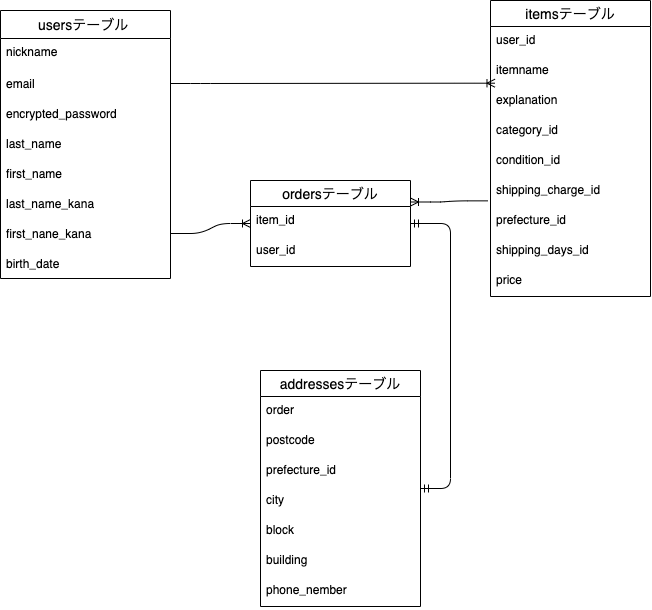
This is ER.png from jontaku/furima-37179, a draw.io export, as it was before one commit. Source tidied: cells renumbered, new cells last; positions are measured from the earlier drawing's top-left corner, leaving out a move shared by most shapes. The source it was exported from:
```xml
<mxGraphModel>
  <root>
    <mxCell id="0" />
    <mxCell id="1" parent="0" />
    <mxCell id="2" value="usersテーブル " style="swimlane;fontStyle=0;horizontal=1;startSize=28;align=center;fontSize=14;" parent="1" vertex="1">
      <mxGeometry y="10" width="170" height="268" as="geometry" />
    </mxCell>
    <mxCell id="3" value="nickname" style="text;strokeColor=none;fillColor=none;spacingLeft=4;spacingRight=4;overflow=hidden;fontSize=12;" parent="2" vertex="1">
      <mxGeometry y="28" width="170" height="30" as="geometry" />
    </mxCell>
    <mxCell id="4" value="email" style="text;strokeColor=none;fillColor=none;spacingLeft=4;spacingRight=4;overflow=hidden;points=[[0,0.5],[1,0.5]];portConstraint=eastwest;fontSize=12;verticalAlign=middle;" parent="2" vertex="1">
      <mxGeometry y="58" width="170" height="30" as="geometry" />
    </mxCell>
    <mxCell id="5" value="encrypted_password" style="text;strokeColor=none;fillColor=none;spacingLeft=4;spacingRight=4;overflow=hidden;fontSize=12;verticalAlign=middle;" parent="2" vertex="1">
      <mxGeometry y="88" width="170" height="30" as="geometry" />
    </mxCell>
    <mxCell id="6" value="last_name" style="text;strokeColor=none;fillColor=none;spacingLeft=4;spacingRight=4;overflow=hidden;fontSize=12;verticalAlign=middle;" parent="2" vertex="1">
      <mxGeometry y="118" width="170" height="30" as="geometry" />
    </mxCell>
    <mxCell id="7" value="first_name" style="text;strokeColor=none;fillColor=none;spacingLeft=4;spacingRight=4;overflow=hidden;fontSize=12;verticalAlign=middle;" parent="2" vertex="1">
      <mxGeometry y="148" width="170" height="30" as="geometry" />
    </mxCell>
    <mxCell id="8" value="last_name_kana" style="text;strokeColor=none;fillColor=none;spacingLeft=4;spacingRight=4;overflow=hidden;fontSize=12;verticalAlign=middle;" parent="2" vertex="1">
      <mxGeometry y="178" width="170" height="30" as="geometry" />
    </mxCell>
    <mxCell id="9" value="first_nane_kana" style="text;strokeColor=none;fillColor=none;spacingLeft=4;spacingRight=4;overflow=hidden;points=[[0,0.5],[1,0.5]];portConstraint=eastwest;fontSize=12;verticalAlign=middle;" parent="2" vertex="1">
      <mxGeometry y="208" width="170" height="30" as="geometry" />
    </mxCell>
    <mxCell id="10" value="birth_date" style="text;strokeColor=none;fillColor=none;spacingLeft=4;spacingRight=4;overflow=hidden;fontSize=12;verticalAlign=middle;" parent="2" vertex="1">
      <mxGeometry y="238" width="170" height="30" as="geometry" />
    </mxCell>
    <mxCell id="11" value="itemsテーブル" style="swimlane;fontStyle=0;horizontal=1;startSize=26;align=center;fontSize=14;" parent="1" vertex="1">
      <mxGeometry x="490" width="160" height="296" as="geometry" />
    </mxCell>
    <mxCell id="12" value="user_id" style="text;strokeColor=none;fillColor=none;spacingLeft=4;spacingRight=4;overflow=hidden;fontSize=12;" parent="11" vertex="1">
      <mxGeometry y="26" width="160" height="30" as="geometry" />
    </mxCell>
    <mxCell id="13" value="itemname &#10;" style="text;strokeColor=none;fillColor=none;spacingLeft=4;spacingRight=4;overflow=hidden;fontSize=12;" parent="11" vertex="1">
      <mxGeometry y="56" width="160" height="30" as="geometry" />
    </mxCell>
    <mxCell id="14" value="explanation" style="text;strokeColor=none;fillColor=none;spacingLeft=4;spacingRight=4;overflow=hidden;points=[[0,0.5],[1,0.5]];portConstraint=eastwest;fontSize=12;" parent="11" vertex="1">
      <mxGeometry y="86" width="160" height="30" as="geometry" />
    </mxCell>
    <mxCell id="15" value="category_id" style="text;strokeColor=none;fillColor=none;spacingLeft=4;spacingRight=4;overflow=hidden;fontSize=12;" parent="11" vertex="1">
      <mxGeometry y="116" width="160" height="30" as="geometry" />
    </mxCell>
    <mxCell id="16" value="condition_id" style="text;strokeColor=none;fillColor=none;spacingLeft=4;spacingRight=4;overflow=hidden;fontSize=12;" parent="11" vertex="1">
      <mxGeometry y="146" width="160" height="30" as="geometry" />
    </mxCell>
    <mxCell id="17" value="shipping_charge_id" style="text;strokeColor=none;fillColor=none;spacingLeft=4;spacingRight=4;overflow=hidden;points=[[0,0.5],[1,0.5]];portConstraint=eastwest;fontSize=12;" parent="11" vertex="1">
      <mxGeometry y="176" width="160" height="30" as="geometry" />
    </mxCell>
    <mxCell id="18" value="prefecture_id" style="text;strokeColor=none;fillColor=none;spacingLeft=4;spacingRight=4;overflow=hidden;fontSize=12;" parent="11" vertex="1">
      <mxGeometry y="206" width="160" height="30" as="geometry" />
    </mxCell>
    <mxCell id="19" value="shipping_days_id" style="text;strokeColor=none;fillColor=none;spacingLeft=4;spacingRight=4;overflow=hidden;fontSize=12;" parent="11" vertex="1">
      <mxGeometry y="236" width="160" height="30" as="geometry" />
    </mxCell>
    <mxCell id="20" value="price" style="text;strokeColor=none;fillColor=none;spacingLeft=4;spacingRight=4;overflow=hidden;fontSize=12;" parent="11" vertex="1">
      <mxGeometry y="266" width="160" height="30" as="geometry" />
    </mxCell>
    <mxCell id="21" value="ordersテーブル" style="swimlane;fontStyle=0;horizontal=1;startSize=26;align=center;fontSize=14;" parent="1" vertex="1">
      <mxGeometry x="250" y="180" width="160" height="86" as="geometry" />
    </mxCell>
    <mxCell id="22" value="item_id" style="text;strokeColor=none;fillColor=none;spacingLeft=4;spacingRight=4;overflow=hidden;fontSize=12;" parent="21" vertex="1">
      <mxGeometry y="26" width="160" height="30" as="geometry" />
    </mxCell>
    <mxCell id="23" value="user_id" style="text;strokeColor=none;fillColor=none;spacingLeft=4;spacingRight=4;overflow=hidden;fontSize=12;" parent="21" vertex="1">
      <mxGeometry y="56" width="160" height="30" as="geometry" />
    </mxCell>
    <mxCell id="24" value="addressesテーブル" style="swimlane;fontStyle=0;horizontal=1;startSize=26;align=center;fontSize=14;" parent="1" vertex="1">
      <mxGeometry x="260" y="370" width="160" height="236" as="geometry" />
    </mxCell>
    <mxCell id="25" value="order" style="text;strokeColor=none;fillColor=none;spacingLeft=4;spacingRight=4;overflow=hidden;fontSize=12;" parent="24" vertex="1">
      <mxGeometry y="26" width="160" height="30" as="geometry" />
    </mxCell>
    <mxCell id="26" value="postcode" style="text;strokeColor=none;fillColor=none;spacingLeft=4;spacingRight=4;overflow=hidden;fontSize=12;" parent="24" vertex="1">
      <mxGeometry y="56" width="160" height="30" as="geometry" />
    </mxCell>
    <mxCell id="27" value="prefecture_id" style="text;strokeColor=none;fillColor=none;spacingLeft=4;spacingRight=4;overflow=hidden;fontSize=12;" parent="24" vertex="1">
      <mxGeometry y="86" width="160" height="30" as="geometry" />
    </mxCell>
    <mxCell id="28" value="city" style="text;strokeColor=none;fillColor=none;spacingLeft=4;spacingRight=4;overflow=hidden;fontSize=12;" parent="24" vertex="1">
      <mxGeometry y="116" width="160" height="30" as="geometry" />
    </mxCell>
    <mxCell id="29" value="block" style="text;strokeColor=none;fillColor=none;spacingLeft=4;spacingRight=4;overflow=hidden;fontSize=12;" parent="24" vertex="1">
      <mxGeometry y="146" width="160" height="30" as="geometry" />
    </mxCell>
    <mxCell id="30" value="building" style="text;strokeColor=none;fillColor=none;spacingLeft=4;spacingRight=4;overflow=hidden;fontSize=12;" parent="24" vertex="1">
      <mxGeometry y="176" width="160" height="30" as="geometry" />
    </mxCell>
    <mxCell id="31" value="phone_nember" style="text;strokeColor=none;fillColor=none;spacingLeft=4;spacingRight=4;overflow=hidden;fontSize=12;" parent="24" vertex="1">
      <mxGeometry y="206" width="160" height="30" as="geometry" />
    </mxCell>
    <mxCell id="32" style="edgeStyle=entityRelationEdgeStyle;fontSize=12;html=1;endArrow=ERoneToMany;entryX=0.028;entryY=-0.11;entryDx=0;entryDy=0;entryPerimeter=0;" parent="1" edge="1" source="4" target="14">
      <mxGeometry relative="1" as="geometry" />
    </mxCell>
    <mxCell id="33" style="edgeStyle=entityRelationEdgeStyle;fontSize=12;html=1;endArrow=ERmandOne;startArrow=ERmandOne;" parent="1" edge="1" source="21" target="24">
      <mxGeometry relative="1" as="geometry" />
    </mxCell>
    <mxCell id="34" style="edgeStyle=entityRelationEdgeStyle;fontSize=12;html=1;endArrow=ERoneToMany;exitX=1;exitY=0.5;exitDx=0;exitDy=0;" parent="1" edge="1" source="9" target="21">
      <mxGeometry relative="1" as="geometry" />
    </mxCell>
    <mxCell id="35" style="edgeStyle=entityRelationEdgeStyle;fontSize=12;html=1;endArrow=ERoneToMany;entryX=1;entryY=0.25;entryDx=0;entryDy=0;exitX=-0.017;exitY=0.812;exitDx=0;exitDy=0;exitPerimeter=0;" parent="1" edge="1" source="17" target="21">
      <mxGeometry relative="1" as="geometry" />
    </mxCell>
  </root>
</mxGraphModel>
```
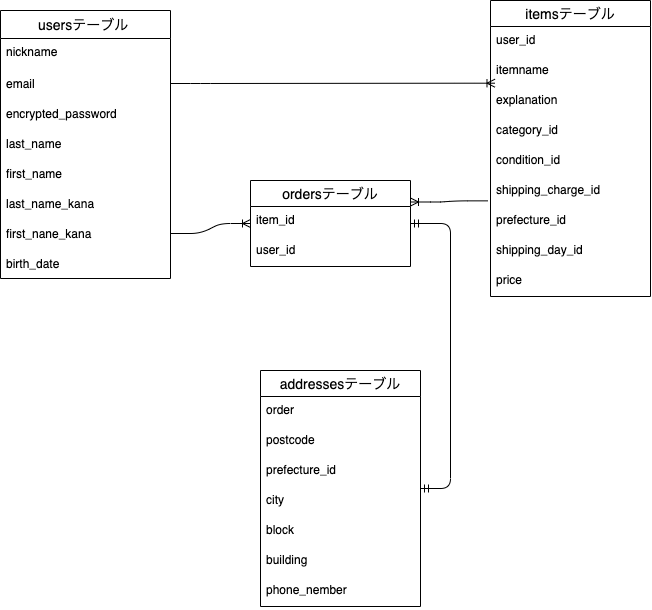
Above is the later version.

The edit, as a diff of the source:
```diff
@@ -53,7 +53,7 @@
     <mxCell id="18" value="prefecture_id" style="text;strokeColor=none;fillColor=none;spacingLeft=4;spacingRight=4;overflow=hidden;fontSize=12;" parent="11" vertex="1">
       <mxGeometry y="206" width="160" height="30" as="geometry" />
     </mxCell>
-    <mxCell id="19" value="shipping_days_id" style="text;strokeColor=none;fillColor=none;spacingLeft=4;spacingRight=4;overflow=hidden;fontSize=12;" parent="11" vertex="1">
+    <mxCell id="19" value="shipping_day_id" style="text;strokeColor=none;fillColor=none;spacingLeft=4;spacingRight=4;overflow=hidden;fontSize=12;" parent="11" vertex="1">
       <mxGeometry y="236" width="160" height="30" as="geometry" />
     </mxCell>
     <mxCell id="20" value="price" style="text;strokeColor=none;fillColor=none;spacingLeft=4;spacingRight=4;overflow=hidden;fontSize=12;" parent="11" vertex="1">
```
